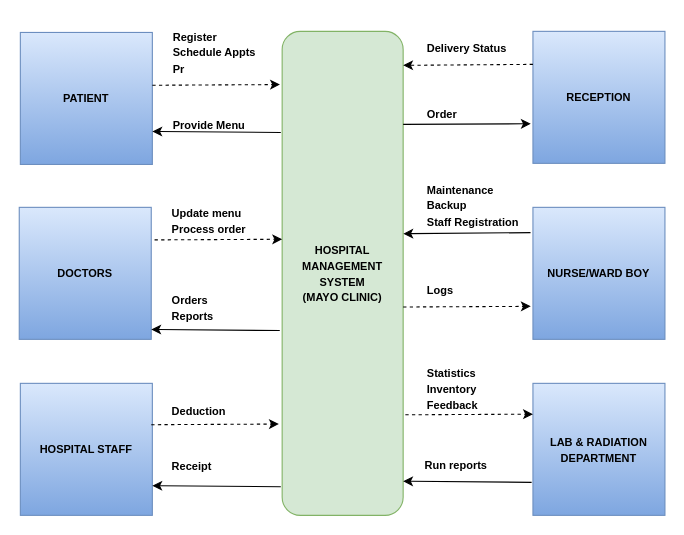
Before: page "Context Diagram" (3 of 7) of HMS.drawio in ysebega/ysebega, a draw.io diagram. Source tidied: cells renumbered, new cells numbered last; positions are measured from the earlier drawing's top-left corner, leaving out a move shared by most shapes. Both pictures are drawn from the tidied source at 110%, with x=0, y=0 at pixel (19, 19).
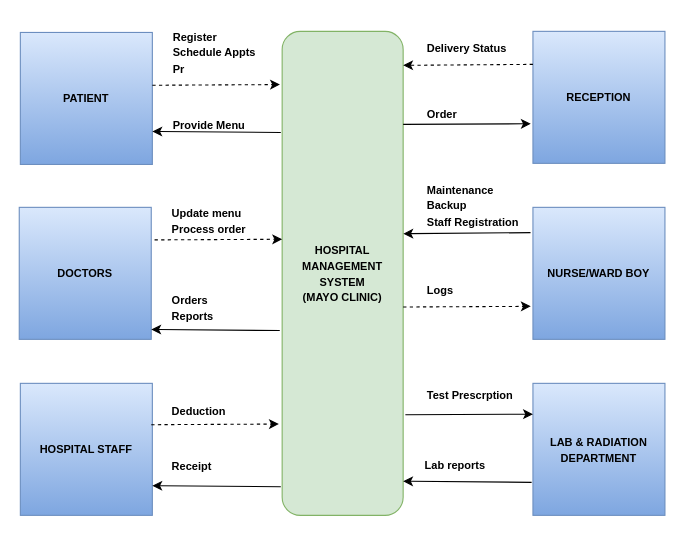
After the change.

The edit, as a diff of the source:
```diff
@@
-    <mxCell id="29" style="endArrow=classic;html=1;rounded=0;exitX=1;exitY=0.25;exitDx=0;exitDy=0;entryX=-0.018;entryY=0.069;entryDx=0;entryDy=0;entryPerimeter=0;dashed=1;" parent="1" edge="1">
+    <mxCell id="29" style="endArrow=classic;html=1;rounded=0;exitX=1;exitY=0.25;exitDx=0;exitDy=0;entryX=-0.018;entryY=0.069;entryDx=0;entryDy=0;entryPerimeter=0;" parent="1" edge="1">
       <mxGeometry relative="1" as="geometry">
         <mxPoint x="351" y="359.6" as="sourcePoint" />
         <mxPoint x="467" y="359" as="targetPoint" />
       </mxGeometry>
     </mxCell>
@@
-    <mxCell id="31" value="&lt;span style=&quot;font-size: 10px;&quot;&gt;Statistics&lt;br&gt;Inventory&lt;br&gt;Feedback&lt;br&gt;&lt;/span&gt;" style="text;html=1;strokeColor=none;fillColor=none;align=left;verticalAlign=middle;whiteSpace=wrap;rounded=0;fontStyle=1;" parent="1" vertex="1">
-      <mxGeometry x="369" y="321" width="90" height="29" as="geometry" />
+    <mxCell id="31" value="&lt;span style=&quot;font-size: 10px;&quot;&gt;Test Prescrption&lt;br&gt;&lt;/span&gt;" style="text;html=1;strokeColor=none;fillColor=none;align=left;verticalAlign=middle;whiteSpace=wrap;rounded=0;fontStyle=1;" parent="1" vertex="1">
+      <mxGeometry x="369" y="327" width="90" height="29" as="geometry" />
     </mxCell>
-    <mxCell id="32" value="&lt;span style=&quot;font-size: 10px;&quot;&gt;Run reports&lt;/span&gt;" style="text;html=1;strokeColor=none;fillColor=none;align=left;verticalAlign=middle;whiteSpace=wrap;rounded=0;fontStyle=1;" parent="1" vertex="1">
+    <mxCell id="32" value="&lt;span style=&quot;font-size: 10px;&quot;&gt;Lab reports&lt;/span&gt;" style="text;html=1;strokeColor=none;fillColor=none;align=left;verticalAlign=middle;whiteSpace=wrap;rounded=0;fontStyle=1;" parent="1" vertex="1">
       <mxGeometry x="367" y="390.5" width="90" height="29" as="geometry" />
     </mxCell>
```
